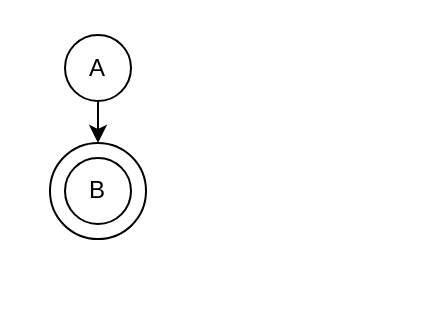
This is Kleene.drawio from LiLiJacky/graphData, a draw.io file, before an edit. Source tidied: cells renumbered, new cells numbered last; positions are measured from the earlier drawing's top-left corner, leaving out a move shared by most shapes. Both pictures are drawn from the tidied source at 200%, with x=0, y=0 at pixel (48, 34).
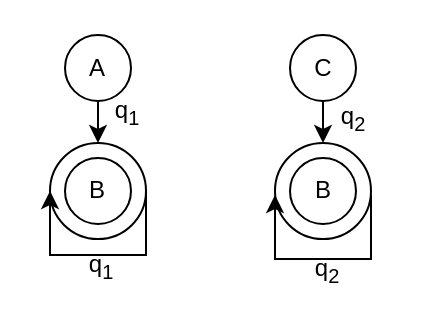
After the change.

The edit, as a diff of the source:
```diff
@@
 <mxGraphModel>
   <root>
     <mxCell id="0" />
     <mxCell id="1" parent="0" />
     <mxCell id="2" style="ellipse;whiteSpace=wrap;html=1;" parent="1" vertex="1">
       <mxGeometry x="0.5" y="54" width="48" height="48" as="geometry" />
     </mxCell>
     <mxCell id="3" style="edgeStyle=orthogonalEdgeStyle;rounded=0;jettySize=auto;html=1;entryX=0.5;entryY=0;entryDx=0;entryDy=0;" parent="1" edge="1" source="4" target="2">
       <mxGeometry relative="1" as="geometry" />
     </mxCell>
     <mxCell id="4" value="A" style="ellipse;whiteSpace=wrap;html=1;" parent="1" vertex="1">
       <mxGeometry x="8" width="33" height="33" as="geometry" />
     </mxCell>
     <mxCell id="5" value="B" style="ellipse;whiteSpace=wrap;html=1;" parent="1" vertex="1">
       <mxGeometry x="8" y="61.5" width="33" height="33" as="geometry" />
     </mxCell>
+    <mxCell id="6" style="ellipse;whiteSpace=wrap;html=1;" parent="1" vertex="1">
+      <mxGeometry x="113" y="54" width="48" height="48" as="geometry" />
+    </mxCell>
+    <mxCell id="7" style="edgeStyle=orthogonalEdgeStyle;rounded=0;jettySize=auto;html=1;entryX=0.5;entryY=0;entryDx=0;entryDy=0;" parent="1" edge="1" source="8" target="6">
+      <mxGeometry relative="1" as="geometry" />
+    </mxCell>
+    <mxCell id="8" value="C" style="ellipse;whiteSpace=wrap;html=1;" parent="1" vertex="1">
+      <mxGeometry x="120.5" width="33" height="33" as="geometry" />
+    </mxCell>
+    <mxCell id="9" value="B" style="ellipse;whiteSpace=wrap;html=1;" parent="1" vertex="1">
+      <mxGeometry x="120.5" y="61.5" width="33" height="33" as="geometry" />
+    </mxCell>
+    <mxCell id="10" style="edgeStyle=orthogonalEdgeStyle;rounded=0;orthogonalLoop=1;jettySize=auto;html=1;entryX=0;entryY=0.5;entryDx=0;entryDy=0;exitX=1;exitY=0.5;exitDx=0;exitDy=0;" parent="1" edge="1" source="2" target="2">
+      <mxGeometry relative="1" as="geometry">
+        <Array as="points">
+          <mxPoint x="48" y="110" />
+          <mxPoint y="110" />
+        </Array>
+      </mxGeometry>
+    </mxCell>
+    <mxCell id="11" value="q&lt;sub&gt;1&lt;/sub&gt;" style="text;html=1;align=center;verticalAlign=middle;strokeColor=none;fillColor=none;" parent="1" vertex="1">
+      <mxGeometry x="24" y="24" width="30" height="29" as="geometry" />
+    </mxCell>
+    <mxCell id="12" value="q&lt;sub&gt;1&lt;/sub&gt;" style="text;html=1;align=center;verticalAlign=middle;strokeColor=none;fillColor=none;" parent="1" vertex="1">
+      <mxGeometry x="11" y="101" width="30" height="29" as="geometry" />
+    </mxCell>
+    <mxCell id="13" style="edgeStyle=orthogonalEdgeStyle;rounded=0;orthogonalLoop=1;jettySize=auto;html=1;entryX=0;entryY=0.5;entryDx=0;entryDy=0;exitX=1;exitY=0.5;exitDx=0;exitDy=0;" parent="1" edge="1">
+      <mxGeometry relative="1" as="geometry">
+        <mxPoint x="161" y="80" as="sourcePoint" />
+        <mxPoint x="113" y="80" as="targetPoint" />
+        <Array as="points">
+          <mxPoint x="160" y="112" />
+          <mxPoint x="112" y="112" />
+        </Array>
+      </mxGeometry>
+    </mxCell>
+    <mxCell id="14" value="q&lt;sub&gt;2&lt;/sub&gt;" style="text;html=1;align=center;verticalAlign=middle;strokeColor=none;fillColor=none;" parent="1" vertex="1">
+      <mxGeometry x="123.5" y="103" width="30" height="29" as="geometry" />
+    </mxCell>
+    <mxCell id="15" value="q&lt;sub&gt;2&lt;/sub&gt;" style="text;html=1;align=center;verticalAlign=middle;strokeColor=none;fillColor=none;" parent="1" vertex="1">
+      <mxGeometry x="137" y="27" width="30" height="29" as="geometry" />
+    </mxCell>
   </root>
 </mxGraphModel>
```
